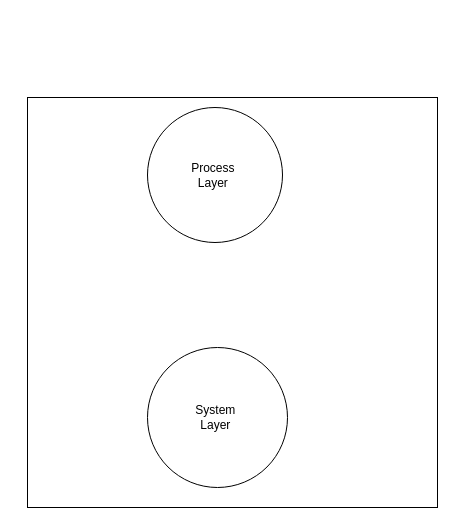
Above: MTN-Architectures.drawio in tyger-rareatom/consulting-architectures (draw.io), before the change. Source tidied: cells renumbered, new cells numbered last; positions are measured from the earlier drawing's top-left corner, leaving out a move shared by most shapes. Both pictures are drawn from the tidied source at 100%, with x=0, y=0 at pixel (27, 97).
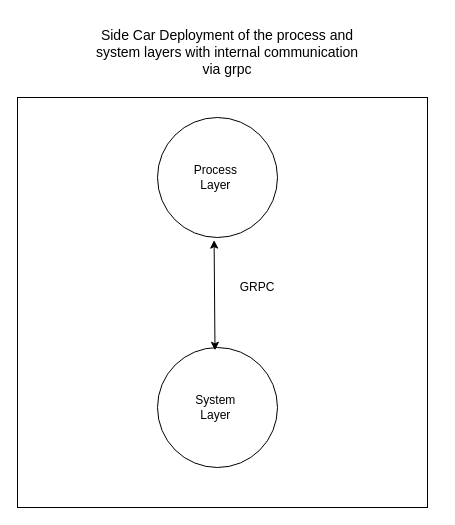
The same diagram, later.

Commit message:
Enhancing the architecture

What changed in the source:
```diff
@@
 <mxGraphModel>
   <root>
     <mxCell id="0" />
     <mxCell id="1" parent="0" />
     <mxCell id="2" style="whiteSpace=wrap;html=1;" parent="1" vertex="1">
-      <mxGeometry width="410" height="410" as="geometry" />
+      <mxGeometry x="-10" width="410" height="410" as="geometry" />
     </mxCell>
     <mxCell id="3" value="System&amp;nbsp;&lt;br&gt;Layer&amp;nbsp;" style="ellipse;whiteSpace=wrap;html=1;" parent="1" vertex="1">
-      <mxGeometry x="120" y="250" width="140" height="140" as="geometry" />
+      <mxGeometry x="130" y="250" width="120" height="120" as="geometry" />
     </mxCell>
     <mxCell id="4" value="Process&amp;nbsp;&lt;br&gt;Layer&amp;nbsp;" style="ellipse;whiteSpace=wrap;html=1;" parent="1" vertex="1">
-      <mxGeometry x="120" y="10" width="135" height="135" as="geometry" />
+      <mxGeometry x="130" y="20" width="120" height="120" as="geometry" />
     </mxCell>
+    <mxCell id="5" style="endArrow=classic;startArrow=classic;html=1;entryX=0.345;entryY=0.982;entryDx=0;entryDy=0;entryPerimeter=0;exitX=0.339;exitY=0.02;exitDx=0;exitDy=0;exitPerimeter=0;" parent="1" edge="1">
+      <mxGeometry relative="1" as="geometry">
+        <mxPoint x="187.5" y="252.8" as="sourcePoint" />
+        <mxPoint x="186.6" y="142.6" as="targetPoint" />
+      </mxGeometry>
+    </mxCell>
+    <mxCell id="6" value="GRPC" style="text;html=1;strokeColor=none;fillColor=none;align=center;verticalAlign=middle;whiteSpace=wrap;rounded=0;" parent="1" vertex="1">
+      <mxGeometry x="210" y="180" width="40" height="20" as="geometry" />
+    </mxCell>
+    <mxCell id="7" value="&lt;font style=&quot;font-size: 14px&quot;&gt;Side Car Deployment of the process and system layers with internal communication via grpc&lt;/font&gt;" style="text;html=1;strokeColor=none;fillColor=none;align=center;verticalAlign=middle;whiteSpace=wrap;rounded=0;" parent="1" vertex="1">
+      <mxGeometry x="60" y="-80" width="280" height="70" as="geometry" />
+    </mxCell>
   </root>
 </mxGraphModel>
```
